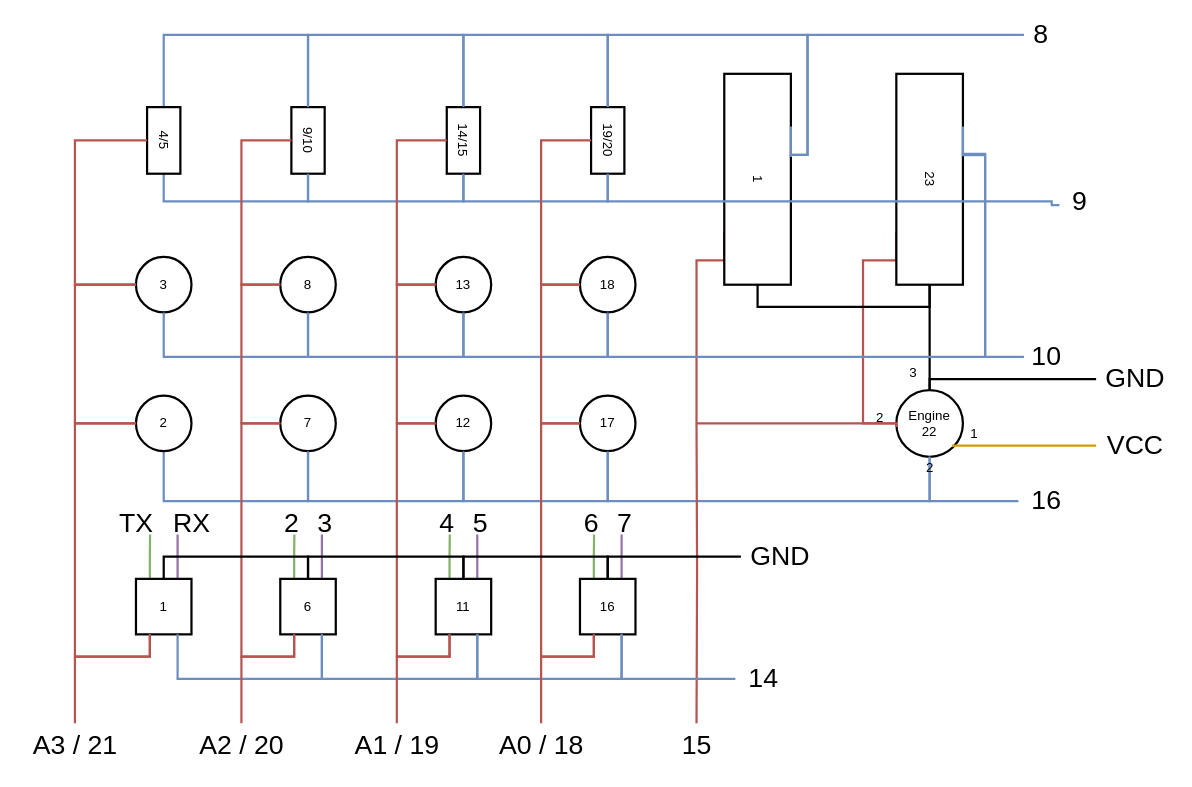
Above: buttonbox_wiring.drawio in TomazFilgueira/Button-Box (draw.io), before the change. Source tidied: cells renumbered, new cells numbered last; positions are measured from the earlier drawing's top-left corner, leaving out a move shared by most shapes. Both pictures are drawn from the tidied source at 111%, with x=0, y=0 at pixel (19, 23).
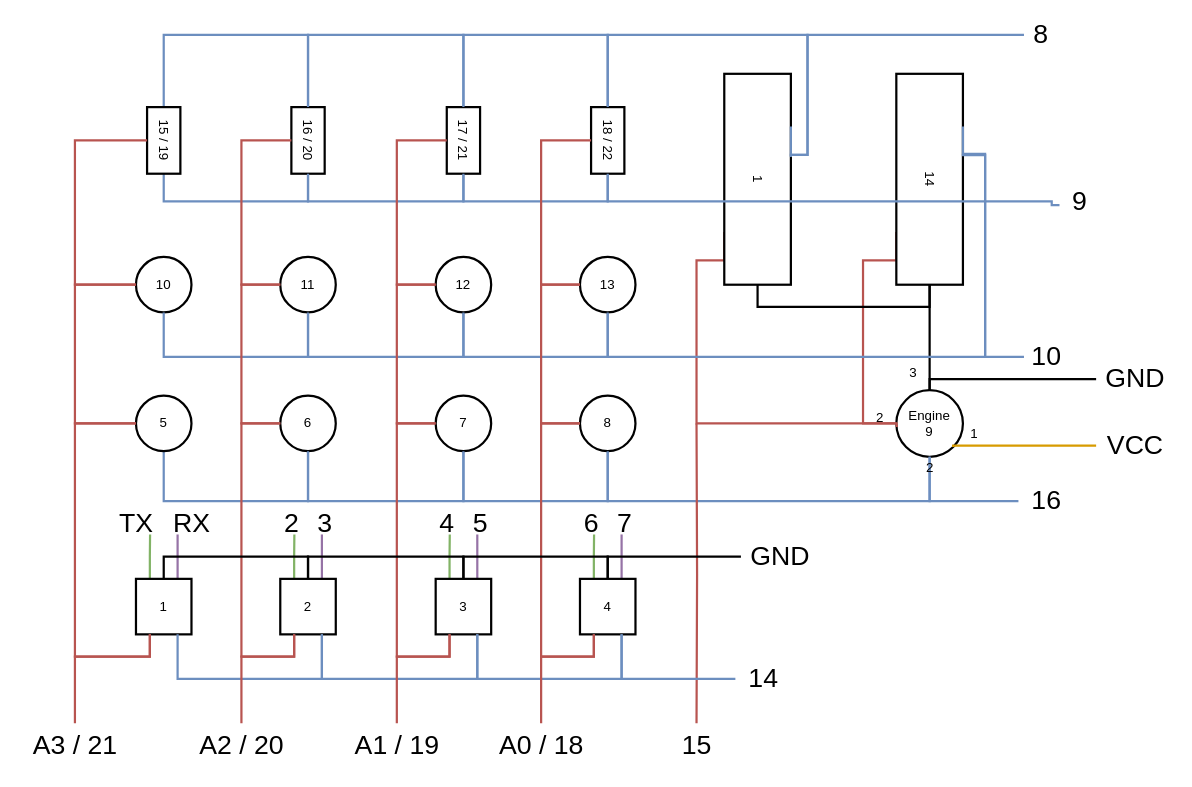
The same page after the edit.

Commit message (it also covers changes not shown here):
update wiring diagram

Unchanged cells that the change refers to:
```xml
<mxCell id="2" style="group;" parent="1" vertex="1">
  <mxGeometry x="30" width="1010" height="670" as="geometry" />
</mxCell>
```

What changed in the source:
```diff
@@
-    <mxCell id="3" value="Engine&lt;div&gt;22&lt;/div&gt;" style="ellipse;whiteSpace=wrap;html=1;strokeWidth=2;" parent="2" vertex="1">
+    <mxCell id="3" value="Engine&lt;div&gt;9&lt;/div&gt;" style="ellipse;whiteSpace=wrap;html=1;strokeWidth=2;" parent="2" vertex="1">
       <mxGeometry x="760" y="330" width="60" height="60" as="geometry" />
     </mxCell>
@@
-    <mxCell id="8" value="23" style="rounded=0;whiteSpace=wrap;html=1;rotation=90;strokeWidth=2;" parent="2" vertex="1">
+    <mxCell id="8" value="14" style="rounded=0;whiteSpace=wrap;html=1;rotation=90;strokeWidth=2;" parent="2" vertex="1">
       <mxGeometry x="695" y="110" width="190" height="60" as="geometry" />
     </mxCell>
@@
-    <mxCell id="12" value="19/20" style="rounded=0;whiteSpace=wrap;html=1;rotation=90;strokeWidth=2;" parent="2" vertex="1">
+    <mxCell id="12" value="18 / 22" style="rounded=0;whiteSpace=wrap;html=1;rotation=90;strokeWidth=2;" parent="2" vertex="1">
       <mxGeometry x="470" y="90" width="60" height="30" as="geometry" />
     </mxCell>
@@
-    <mxCell id="15" value="14/15" style="rounded=0;whiteSpace=wrap;html=1;rotation=90;strokeWidth=2;" parent="2" vertex="1">
+    <mxCell id="15" value="17 / 21" style="rounded=0;whiteSpace=wrap;html=1;rotation=90;strokeWidth=2;" parent="2" vertex="1">
       <mxGeometry x="340" y="90" width="60" height="30" as="geometry" />
     </mxCell>
@@
-    <mxCell id="18" value="9/10" style="rounded=0;whiteSpace=wrap;html=1;rotation=90;strokeWidth=2;" parent="2" vertex="1">
+    <mxCell id="18" value="16 / 20" style="rounded=0;whiteSpace=wrap;html=1;rotation=90;strokeWidth=2;" parent="2" vertex="1">
       <mxGeometry x="200" y="90" width="60" height="30" as="geometry" />
     </mxCell>
@@
-    <mxCell id="21" value="4/5" style="rounded=0;whiteSpace=wrap;html=1;rotation=90;strokeWidth=2;" parent="2" vertex="1">
+    <mxCell id="21" value="15 / 19" style="rounded=0;whiteSpace=wrap;html=1;rotation=90;strokeWidth=2;" parent="2" vertex="1">
       <mxGeometry x="70" y="90" width="60" height="30" as="geometry" />
     </mxCell>
@@
-    <mxCell id="23" value="18" style="ellipse;whiteSpace=wrap;html=1;strokeWidth=2;" parent="2" vertex="1">
+    <mxCell id="23" value="13" style="ellipse;whiteSpace=wrap;html=1;strokeWidth=2;" parent="2" vertex="1">
       <mxGeometry x="475" y="210" width="50" height="50" as="geometry" />
     </mxCell>
@@
-    <mxCell id="26" value="13" style="ellipse;whiteSpace=wrap;html=1;strokeWidth=2;" parent="2" vertex="1">
+    <mxCell id="26" value="12" style="ellipse;whiteSpace=wrap;html=1;strokeWidth=2;" parent="2" vertex="1">
       <mxGeometry x="345" y="210" width="50" height="50" as="geometry" />
     </mxCell>
@@
-    <mxCell id="28" value="3" style="ellipse;whiteSpace=wrap;html=1;strokeWidth=2;" parent="2" vertex="1">
+    <mxCell id="28" value="10" style="ellipse;whiteSpace=wrap;html=1;strokeWidth=2;" parent="2" vertex="1">
       <mxGeometry x="75" y="210" width="50" height="50" as="geometry" />
     </mxCell>
@@
-    <mxCell id="31" value="8" style="ellipse;whiteSpace=wrap;html=1;strokeWidth=2;" parent="2" vertex="1">
+    <mxCell id="31" value="11" style="ellipse;whiteSpace=wrap;html=1;strokeWidth=2;" parent="2" vertex="1">
       <mxGeometry x="205" y="210" width="50" height="50" as="geometry" />
     </mxCell>
@@
-    <mxCell id="35" value="17" style="ellipse;whiteSpace=wrap;html=1;strokeWidth=2;" parent="2" vertex="1">
+    <mxCell id="35" value="8" style="ellipse;whiteSpace=wrap;html=1;strokeWidth=2;" parent="2" vertex="1">
       <mxGeometry x="475" y="335" width="50" height="50" as="geometry" />
     </mxCell>
@@
-    <mxCell id="38" value="12" style="ellipse;whiteSpace=wrap;html=1;strokeWidth=2;" parent="2" vertex="1">
+    <mxCell id="38" value="7" style="ellipse;whiteSpace=wrap;html=1;strokeWidth=2;" parent="2" vertex="1">
       <mxGeometry x="345" y="335" width="50" height="50" as="geometry" />
     </mxCell>
@@
-    <mxCell id="41" value="7" style="ellipse;whiteSpace=wrap;html=1;strokeWidth=2;" parent="2" vertex="1">
+    <mxCell id="41" value="6" style="ellipse;whiteSpace=wrap;html=1;strokeWidth=2;" parent="2" vertex="1">
       <mxGeometry x="205" y="335" width="50" height="50" as="geometry" />
     </mxCell>
@@
-    <mxCell id="44" value="2" style="ellipse;whiteSpace=wrap;html=1;strokeWidth=2;" parent="2" vertex="1">
+    <mxCell id="44" value="5" style="ellipse;whiteSpace=wrap;html=1;strokeWidth=2;" parent="2" vertex="1">
       <mxGeometry x="75" y="335" width="50" height="50" as="geometry" />
     </mxCell>
@@
-    <mxCell id="52" value="6" style="whiteSpace=wrap;html=1;strokeWidth=2;" parent="2" vertex="1">
+    <mxCell id="52" value="2" style="whiteSpace=wrap;html=1;strokeWidth=2;" parent="2" vertex="1">
       <mxGeometry x="205" y="500" width="50" height="50" as="geometry" />
     </mxCell>
@@
-    <mxCell id="58" value="11" style="whiteSpace=wrap;html=1;strokeWidth=2;" parent="2" vertex="1">
+    <mxCell id="58" value="3" style="whiteSpace=wrap;html=1;strokeWidth=2;" parent="2" vertex="1">
       <mxGeometry x="345" y="500" width="50" height="50" as="geometry" />
     </mxCell>
@@
-    <mxCell id="64" value="16" style="whiteSpace=wrap;html=1;strokeWidth=2;" parent="2" vertex="1">
+    <mxCell id="64" value="4" style="whiteSpace=wrap;html=1;strokeWidth=2;" parent="2" vertex="1">
       <mxGeometry x="475" y="500" width="50" height="50" as="geometry" />
     </mxCell>
```
